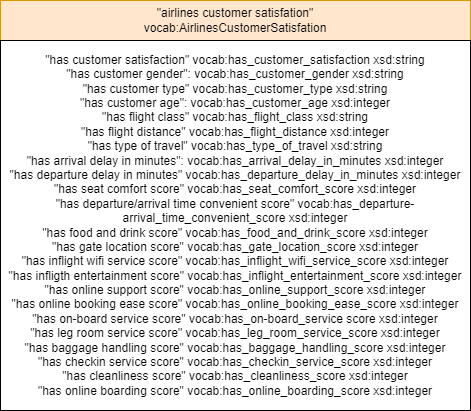
Before: AirlinesCustomerSatisfaction/Figures/Basic_AirlinesCustomerSatisfaction.drawio.png, a diagram exported from draw.io (tecnomod-um/EvaluationGraphAlignmentMethods). Source tidied: cells renumbered, new cells last; positions are measured from the earlier drawing's top-left corner, leaving out a move shared by most shapes. Its diagram source:
```xml
<mxGraphModel>
  <root>
    <mxCell id="0" />
    <mxCell id="1" parent="0" />
    <mxCell id="2" value="&quot;airlines customer satisfation&quot;&lt;br&gt;vocab:AirlinesCustomerSatisfation" style="rounded=0;whiteSpace=wrap;html=1;fillColor=#ffe6cc;strokeColor=#d79b00;" parent="1" vertex="1">
      <mxGeometry width="470" height="40" as="geometry" />
    </mxCell>
    <mxCell id="3" value="&quot;has customer satisfaction&quot; vocab:has_customer_satisfaction xsd:string&lt;br&gt;&quot;has customer gender&quot;: vocab:has_customer_gender xsd:string&lt;br style=&quot;border-color: var(--border-color);&quot;&gt;&quot;has customer type&quot; vocab:has_customer_type xsd:string&lt;br&gt;&quot;has customer age&quot;: vocab:has_customer_age xsd:integer&lt;br&gt;&quot;has flight class&quot; vocab:has_flight_class xsd:string&lt;br style=&quot;border-color: var(--border-color);&quot;&gt;&quot;has flight distance&quot; vocab:has_flight_distance xsd:integer&lt;br style=&quot;border-color: var(--border-color);&quot;&gt;&quot;has type of travel&quot; vocab:has_type_of_travel xsd:string&lt;br&gt;&quot;has arrival delay in minutes&quot;: vocab:has_arrival_delay_in_minutes xsd:integer&lt;br&gt;&quot;has departure delay in minutes&quot; vocab:has_departure_delay_in_minutes xsd:integer&lt;br&gt;&quot;has seat comfort score&quot; vocab:has_seat_comfort_score xsd:integer&lt;br&gt;&quot;has departure/arrival time convenient score&quot; vocab:has_departure-arrival_time_convenient_score xsd:integer&lt;br&gt;&quot;has food and drink score&quot; vocab:has_food_and_drink_score xsd:integer&lt;br&gt;&quot;has gate location score&quot; vocab:has_gate_location_score xsd:integer&lt;br&gt;&quot;has inflight wifi service score&quot; vocab:has_inflight_wifi_service_score xsd:integer&lt;br&gt;&quot;has infligth entertainment score&quot; vocab:has_inflight_entertainment_score xsd:integer&lt;br&gt;&quot;has online support score&quot; vocab:has_online_support_score xsd:integer&lt;br&gt;&quot;has online booking ease score&quot; vocab:has_online_booking_ease_score&amp;nbsp;xsd:integer&lt;br&gt;&quot;has on-board service score&quot; vocab:has_on-board_service score xsd:integer&lt;br&gt;&quot;has leg room service score&quot; vocab:has_leg_room_service_score xsd:integer&lt;br&gt;&quot;has baggage handling score&quot; vocab:has_baggage_handling_score xsd:integer&lt;br&gt;&quot;has checkin service score&quot; vocab:has_checkin_service_score xsd:integer&lt;br&gt;&quot;has cleanliness score&quot; vocab:has_cleanliness_score xsd:integer&lt;br&gt;&quot;has online boarding score&quot; vocab:has_online_boarding_score xsd:integer" style="rounded=0;whiteSpace=wrap;html=1;" parent="1" vertex="1">
      <mxGeometry y="40" width="470" height="370" as="geometry" />
    </mxCell>
  </root>
</mxGraphModel>
```
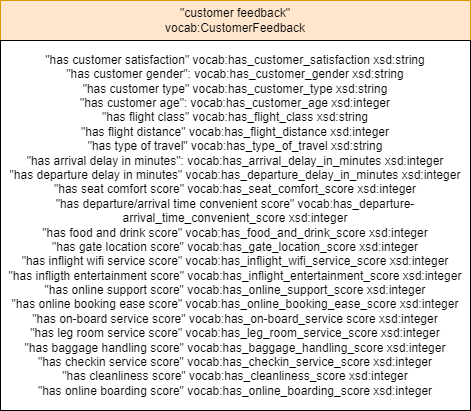
After the commit.

Diff of the diagram source:
```diff
@@ -2,7 +2,7 @@
   <root>
     <mxCell id="0" />
     <mxCell id="1" parent="0" />
-    <mxCell id="2" value="&quot;airlines customer satisfation&quot;&lt;br&gt;vocab:AirlinesCustomerSatisfation" style="rounded=0;whiteSpace=wrap;html=1;fillColor=#ffe6cc;strokeColor=#d79b00;" parent="1" vertex="1">
+    <mxCell id="2" value="&quot;customer feedback&quot;&lt;br&gt;vocab:CustomerFeedback" style="rounded=0;whiteSpace=wrap;html=1;fillColor=#ffe6cc;strokeColor=#d79b00;" parent="1" vertex="1">
       <mxGeometry width="470" height="40" as="geometry" />
     </mxCell>
     <mxCell id="3" value="&quot;has customer satisfaction&quot; vocab:has_customer_satisfaction xsd:string&lt;br&gt;&quot;has customer gender&quot;: vocab:has_customer_gender xsd:string&lt;br style=&quot;border-color: var(--border-color);&quot;&gt;&quot;has customer type&quot; vocab:has_customer_type xsd:string&lt;br&gt;&quot;has customer age&quot;: vocab:has_customer_age xsd:integer&lt;br&gt;&quot;has flight class&quot; vocab:has_flight_class xsd:string&lt;br style=&quot;border-color: var(--border-color);&quot;&gt;&quot;has flight distance&quot; vocab:has_flight_distance xsd:integer&lt;br style=&quot;border-color: var(--border-color);&quot;&gt;&quot;has type of travel&quot; vocab:has_type_of_travel xsd:string&lt;br&gt;&quot;has arrival delay in minutes&quot;: vocab:has_arrival_delay_in_minutes xsd:integer&lt;br&gt;&quot;has departure delay in minutes&quot; vocab:has_departure_delay_in_minutes xsd:integer&lt;br&gt;&quot;has seat comfort score&quot; vocab:has_seat_comfort_score xsd:integer&lt;br&gt;&quot;has departure/arrival time convenient score&quot; vocab:has_departure-arrival_time_convenient_score xsd:integer&lt;br&gt;&quot;has food and drink score&quot; vocab:has_food_and_drink_score xsd:integer&lt;br&gt;&quot;has gate location score&quot; vocab:has_gate_location_score xsd:integer&lt;br&gt;&quot;has inflight wifi service score&quot; vocab:has_inflight_wifi_service_score xsd:integer&lt;br&gt;&quot;has infligth entertainment score&quot; vocab:has_inflight_entertainment_score xsd:integer&lt;br&gt;&quot;has online support score&quot; vocab:has_online_support_score xsd:integer&lt;br&gt;&quot;has online booking ease score&quot; vocab:has_online_booking_ease_score&amp;nbsp;xsd:integer&lt;br&gt;&quot;has on-board service score&quot; vocab:has_on-board_service score xsd:integer&lt;br&gt;&quot;has leg room service score&quot; vocab:has_leg_room_service_score xsd:integer&lt;br&gt;&quot;has baggage handling score&quot; vocab:has_baggage_handling_score xsd:integer&lt;br&gt;&quot;has checkin service score&quot; vocab:has_checkin_service_score xsd:integer&lt;br&gt;&quot;has cleanliness score&quot; vocab:has_cleanliness_score xsd:integer&lt;br&gt;&quot;has online boarding score&quot; vocab:has_online_boarding_score xsd:integer" style="rounded=0;whiteSpace=wrap;html=1;" parent="1" vertex="1">
```
